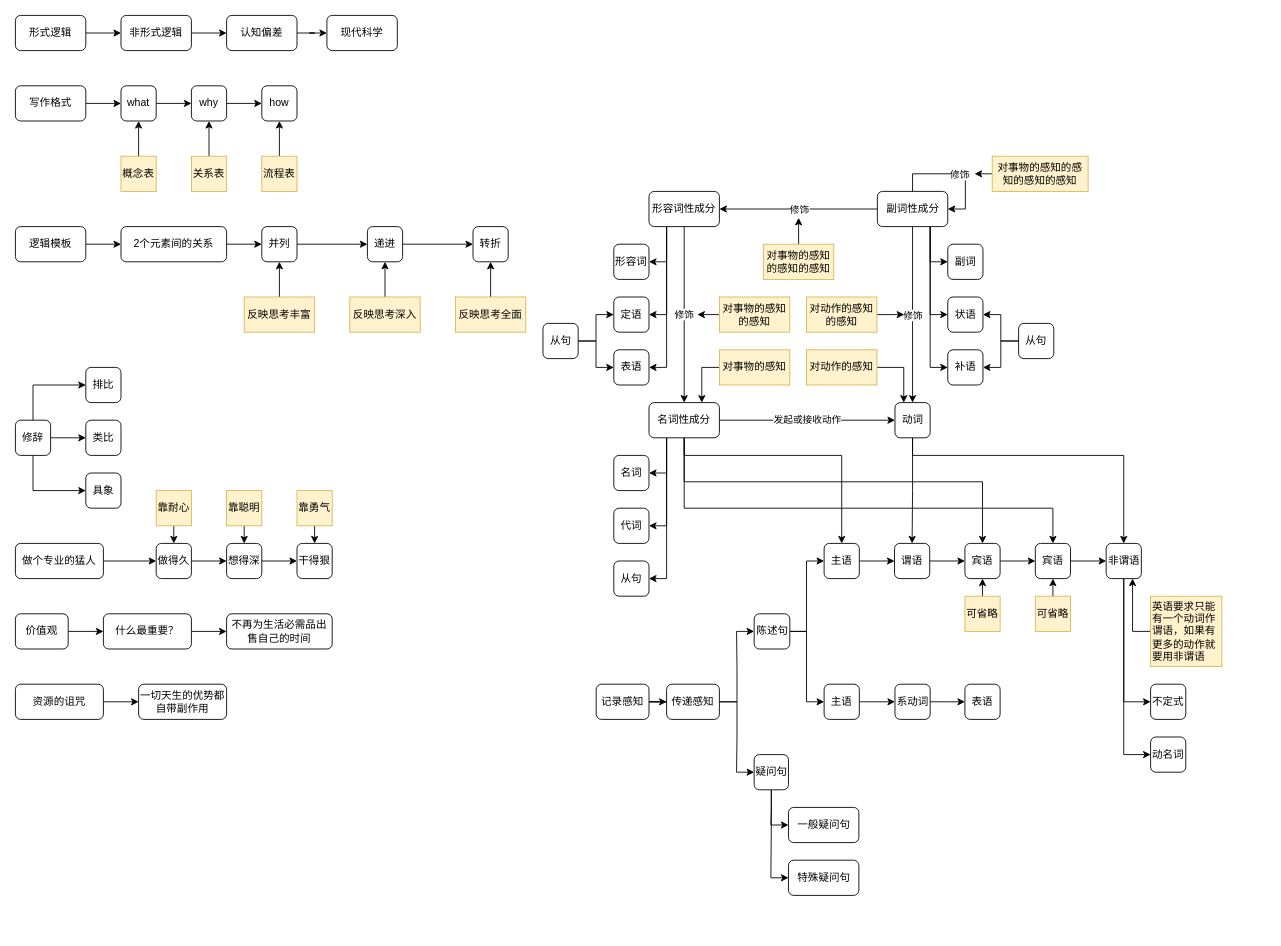
Before: 语言文字.drawio in yanhanfrontend/draw.io.workspace, a draw.io diagram. Source tidied: cells renumbered, new cells numbered last; positions are measured from the earlier drawing's top-left corner, leaving out a move shared by most shapes. Both pictures are drawn from the tidied source at 88%, with x=0, y=0 at pixel (15, 15).
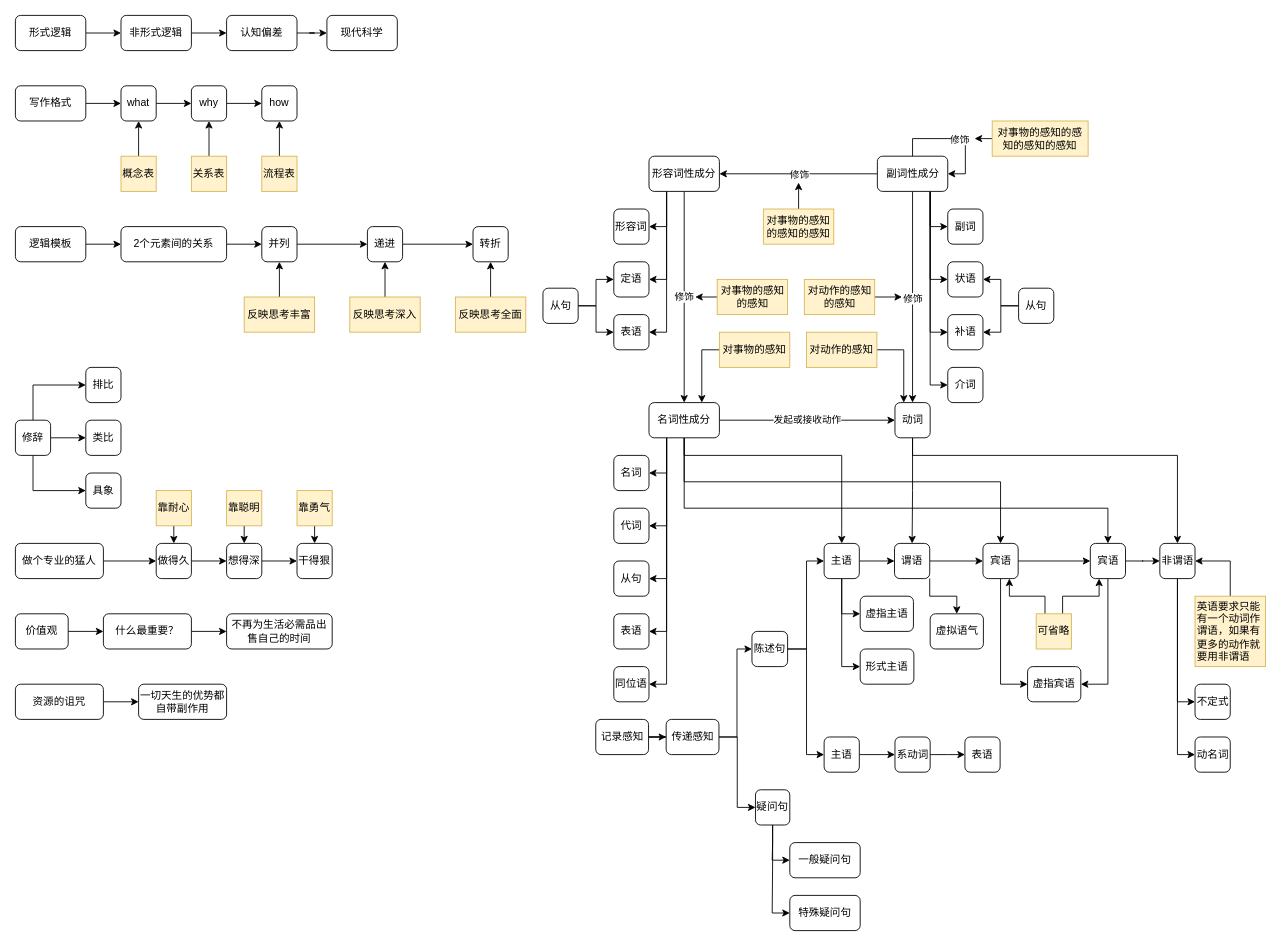
Above is the later version.

Commit message:
更新语言文字.drawio

The change refers to these unchanged cells:
```xml
<mxCell id="83" value="主语" style="rounded=1;whiteSpace=wrap;html=1;" parent="1" vertex="1">
  <mxGeometry x="919" y="600" width="40" height="40" as="geometry" />
</mxCell>
<mxCell id="85" value="谓语" style="rounded=1;whiteSpace=wrap;html=1;" parent="1" vertex="1">
  <mxGeometry x="999" y="600" width="40" height="40" as="geometry" />
</mxCell>
<mxCell id="119" value="名词性成分" style="rounded=1;whiteSpace=wrap;html=1;" parent="1" vertex="1">
  <mxGeometry x="720" y="440" width="80" height="40" as="geometry" />
</mxCell>
<mxCell id="137" value="动词" style="rounded=1;whiteSpace=wrap;html=1;" parent="1" vertex="1">
  <mxGeometry x="999.5" y="440" width="40" height="40" as="geometry" />
</mxCell>
```

Change to the diagram source:
```diff
@@
     <mxCell id="29" value="对事物的感知" style="text;html=1;align=center;verticalAlign=middle;whiteSpace=wrap;rounded=0;fillColor=#fff2cc;strokeColor=#d6b656;" parent="1" vertex="1">
-      <mxGeometry x="800" y="380" width="80" height="40" as="geometry" />
+      <mxGeometry x="800" y="360" width="80" height="40" as="geometry" />
     </mxCell>
@@
     <mxCell id="31" value="对动作的感知" style="text;html=1;align=center;verticalAlign=middle;whiteSpace=wrap;rounded=0;fillColor=#fff2cc;strokeColor=#d6b656;" parent="1" vertex="1">
-      <mxGeometry x="899" y="380" width="80" height="40" as="geometry" />
+      <mxGeometry x="899" y="360" width="80" height="40" as="geometry" />
     </mxCell>
     <mxCell id="32" style="edgeStyle=orthogonalEdgeStyle;rounded=0;jettySize=auto;html=1;exitX=0;exitY=0.5;exitDx=0;exitDy=0;" parent="1" edge="1" source="33">
       <mxGeometry relative="1" as="geometry">
-        <mxPoint x="775" y="340" as="targetPoint" />
+        <mxPoint x="772.5" y="320" as="targetPoint" />
       </mxGeometry>
     </mxCell>
     <mxCell id="33" value="对事物的感知的感知" style="text;html=1;align=center;verticalAlign=middle;whiteSpace=wrap;rounded=0;fillColor=#fff2cc;strokeColor=#d6b656;" parent="1" vertex="1">
-      <mxGeometry x="800" y="320" width="80" height="40" as="geometry" />
+      <mxGeometry x="797.5" y="300" width="80" height="40" as="geometry" />
     </mxCell>
     <mxCell id="34" style="edgeStyle=orthogonalEdgeStyle;rounded=0;jettySize=auto;html=1;exitX=1;exitY=0.5;exitDx=0;exitDy=0;" parent="1" edge="1" source="35">
       <mxGeometry relative="1" as="geometry">
-        <mxPoint x="1010" y="340" as="targetPoint" />
+        <mxPoint x="1007.5" y="320" as="targetPoint" />
       </mxGeometry>
     </mxCell>
     <mxCell id="35" value="对动作的感知的感知" style="text;html=1;align=center;verticalAlign=middle;whiteSpace=wrap;rounded=0;fillColor=#fff2cc;strokeColor=#d6b656;" parent="1" vertex="1">
-      <mxGeometry x="899" y="320" width="80" height="40" as="geometry" />
+      <mxGeometry x="896.5" y="300" width="80" height="40" as="geometry" />
     </mxCell>
@@
     <mxCell id="37" value="记录感知" style="rounded=1;whiteSpace=wrap;html=1;" parent="1" vertex="1">
-      <mxGeometry x="660" y="760" width="60" height="40" as="geometry" />
+      <mxGeometry x="659.5" y="800" width="60" height="40" as="geometry" />
     </mxCell>
     <mxCell id="38" style="edgeStyle=orthogonalEdgeStyle;rounded=0;jettySize=auto;html=1;exitX=1;exitY=0.5;exitDx=0;exitDy=0;entryX=0;entryY=0.5;entryDx=0;entryDy=0;" parent="1" edge="1" source="40" target="149">
-      <mxGeometry relative="1" as="geometry" />
+      <mxGeometry relative="1" as="geometry">
+        <Array as="points">
+          <mxPoint x="820" y="820" />
+          <mxPoint x="820" y="720" />
+        </Array>
+      </mxGeometry>
     </mxCell>
@@
     <mxCell id="40" value="传递感知" style="rounded=1;whiteSpace=wrap;html=1;" parent="1" vertex="1">
-      <mxGeometry x="740" y="760" width="60" height="40" as="geometry" />
+      <mxGeometry x="739.5" y="800" width="60" height="40" as="geometry" />
     </mxCell>
@@
     <mxCell id="47" style="edgeStyle=orthogonalEdgeStyle;rounded=0;jettySize=auto;html=1;exitX=0.5;exitY=0;exitDx=0;exitDy=0;" parent="1" edge="1" source="48">
       <mxGeometry relative="1" as="geometry">
-        <mxPoint x="890" y="230" as="targetPoint" />
+        <mxPoint x="890" y="190" as="targetPoint" />
       </mxGeometry>
     </mxCell>
     <mxCell id="48" value="对事物的感知的感知的感知" style="text;html=1;align=center;verticalAlign=middle;whiteSpace=wrap;rounded=0;fillColor=#fff2cc;strokeColor=#d6b656;" parent="1" vertex="1">
-      <mxGeometry x="850" y="260" width="80" height="40" as="geometry" />
+      <mxGeometry x="850" y="220" width="80" height="40" as="geometry" />
     </mxCell>
     <mxCell id="49" style="edgeStyle=orthogonalEdgeStyle;rounded=0;jettySize=auto;html=1;exitX=0;exitY=0.5;exitDx=0;exitDy=0;" parent="1" edge="1" source="50">
       <mxGeometry relative="1" as="geometry">
-        <mxPoint x="1090" y="180" as="targetPoint" />
+        <mxPoint x="1090" y="140" as="targetPoint" />
       </mxGeometry>
     </mxCell>
     <mxCell id="50" value="对事物的感知的感知的感知的感知" style="text;html=1;align=center;verticalAlign=middle;whiteSpace=wrap;rounded=0;fillColor=#fff2cc;strokeColor=#d6b656;" parent="1" vertex="1">
-      <mxGeometry x="1110" y="160" width="109" height="40" as="geometry" />
+      <mxGeometry x="1110" y="120" width="109" height="40" as="geometry" />
     </mxCell>
@@
+    <mxCell id="155" style="edgeStyle=orthogonalEdgeStyle;rounded=0;jettySize=auto;html=1;exitX=0.5;exitY=1;exitDx=0;exitDy=0;entryX=0;entryY=0.5;entryDx=0;entryDy=0;" parent="1" edge="1" source="83" target="166">
+      <mxGeometry relative="1" as="geometry" />
+    </mxCell>
+    <mxCell id="156" style="edgeStyle=orthogonalEdgeStyle;rounded=0;jettySize=auto;html=1;exitX=0.5;exitY=1;exitDx=0;exitDy=0;entryX=0;entryY=0.5;entryDx=0;entryDy=0;" parent="1" edge="1" source="83" target="167">
+      <mxGeometry relative="1" as="geometry" />
+    </mxCell>
@@
+    <mxCell id="157" style="edgeStyle=orthogonalEdgeStyle;rounded=0;jettySize=auto;html=1;exitX=1;exitY=1;exitDx=0;exitDy=0;entryX=0.5;entryY=0;entryDx=0;entryDy=0;" parent="1" edge="1" source="85" target="164">
+      <mxGeometry relative="1" as="geometry" />
+    </mxCell>
@@
+    <mxCell id="158" style="edgeStyle=orthogonalEdgeStyle;rounded=0;jettySize=auto;html=1;exitX=0.5;exitY=1;exitDx=0;exitDy=0;entryX=0;entryY=0.5;entryDx=0;entryDy=0;" parent="1" edge="1" source="87" target="168">
+      <mxGeometry relative="1" as="geometry" />
+    </mxCell>
     <mxCell id="87" value="宾语" style="rounded=1;whiteSpace=wrap;html=1;" parent="1" vertex="1">
-      <mxGeometry x="1079" y="600" width="40" height="40" as="geometry" />
+      <mxGeometry x="1099.5" y="600" width="40" height="40" as="geometry" />
     </mxCell>
@@
+    <mxCell id="159" style="edgeStyle=orthogonalEdgeStyle;rounded=0;jettySize=auto;html=1;exitX=0.5;exitY=1;exitDx=0;exitDy=0;entryX=1;entryY=0.5;entryDx=0;entryDy=0;" parent="1" edge="1" source="89" target="168">
+      <mxGeometry relative="1" as="geometry" />
+    </mxCell>
     <mxCell id="89" value="宾语" style="rounded=1;whiteSpace=wrap;html=1;" parent="1" vertex="1">
-      <mxGeometry x="1159" y="600" width="40" height="40" as="geometry" />
+      <mxGeometry x="1221.5" y="600" width="40" height="40" as="geometry" />
     </mxCell>
-    <mxCell id="90" style="edgeStyle=orthogonalEdgeStyle;rounded=0;jettySize=auto;html=1;exitX=0.5;exitY=0;exitDx=0;exitDy=0;entryX=0.5;entryY=1;entryDx=0;entryDy=0;" parent="1" edge="1" source="91" target="87">
+    <mxCell id="90" style="edgeStyle=orthogonalEdgeStyle;rounded=0;jettySize=auto;html=1;exitX=0.25;exitY=0;exitDx=0;exitDy=0;entryX=0.75;entryY=1;entryDx=0;entryDy=0;" parent="1" edge="1" source="91" target="87">
       <mxGeometry relative="1" as="geometry" />
     </mxCell>
+    <mxCell id="160" style="edgeStyle=orthogonalEdgeStyle;rounded=0;jettySize=auto;html=1;exitX=0.75;exitY=0;exitDx=0;exitDy=0;entryX=0.25;entryY=1;entryDx=0;entryDy=0;" parent="1" edge="1" source="91" target="89">
+      <mxGeometry relative="1" as="geometry" />
+    </mxCell>
     <mxCell id="91" value="可省略" style="text;html=1;align=left;verticalAlign=middle;whiteSpace=wrap;rounded=0;fillColor=#fff2cc;strokeColor=#d6b656;" parent="1" vertex="1">
-      <mxGeometry x="1079" y="660" width="40" height="40" as="geometry" />
+      <mxGeometry x="1160" y="680" width="40" height="40" as="geometry" />
     </mxCell>
-    <mxCell id="92" style="edgeStyle=orthogonalEdgeStyle;rounded=0;jettySize=auto;html=1;exitX=0.5;exitY=0;exitDx=0;exitDy=0;entryX=0.5;entryY=1;entryDx=0;entryDy=0;" parent="1" edge="1" source="93" target="89">
-      <mxGeometry relative="1" as="geometry" />
-    </mxCell>
-    <mxCell id="93" value="可省略" style="text;html=1;align=left;verticalAlign=middle;whiteSpace=wrap;rounded=0;fillColor=#fff2cc;strokeColor=#d6b656;" parent="1" vertex="1">
-      <mxGeometry x="1159" y="660" width="40" height="40" as="geometry" />
-    </mxCell>
     <mxCell id="94" value="定语" style="rounded=1;whiteSpace=wrap;html=1;" parent="1" vertex="1">
-      <mxGeometry x="680" y="320" width="40" height="40" as="geometry" />
+      <mxGeometry x="680" y="280" width="40" height="40" as="geometry" />
     </mxCell>
     <mxCell id="95" value="状语" style="rounded=1;whiteSpace=wrap;html=1;" parent="1" vertex="1">
-      <mxGeometry x="1059.5" y="320" width="40" height="40" as="geometry" />
+      <mxGeometry x="1059.5" y="280" width="40" height="40" as="geometry" />
     </mxCell>
@@
     <mxCell id="98" value="非谓语" style="rounded=1;whiteSpace=wrap;html=1;" parent="1" vertex="1">
-      <mxGeometry x="1239.5" y="600" width="40" height="40" as="geometry" />
+      <mxGeometry x="1300.5" y="600" width="40" height="40" as="geometry" />
     </mxCell>
     <mxCell id="99" value="不定式" style="rounded=1;whiteSpace=wrap;html=1;" parent="1" vertex="1">
-      <mxGeometry x="1290" y="760" width="40" height="40" as="geometry" />
+      <mxGeometry x="1340.5" y="760" width="40" height="40" as="geometry" />
     </mxCell>
     <mxCell id="100" value="动名词" style="rounded=1;whiteSpace=wrap;html=1;" parent="1" vertex="1">
-      <mxGeometry x="1290" y="820" width="40" height="40" as="geometry" />
+      <mxGeometry x="1340.5" y="820" width="40" height="40" as="geometry" />
     </mxCell>
@@
     <mxCell id="108" value="形容词" style="rounded=1;whiteSpace=wrap;html=1;" parent="1" vertex="1">
-      <mxGeometry x="680" y="260" width="40" height="40" as="geometry" />
+      <mxGeometry x="680" y="220" width="40" height="40" as="geometry" />
     </mxCell>
@@
     <mxCell id="112" value="从句" style="rounded=1;whiteSpace=wrap;html=1;" parent="1" vertex="1">
-      <mxGeometry x="599.5" y="350" width="40" height="40" as="geometry" />
+      <mxGeometry x="599.5" y="310" width="40" height="40" as="geometry" />
     </mxCell>
     <mxCell id="113" value="副词" style="rounded=1;whiteSpace=wrap;html=1;" parent="1" vertex="1">
-      <mxGeometry x="1059.5" y="260" width="40" height="40" as="geometry" />
+      <mxGeometry x="1059.5" y="220" width="40" height="40" as="geometry" />
     </mxCell>
@@
     <mxCell id="117" style="edgeStyle=orthogonalEdgeStyle;rounded=0;jettySize=auto;html=1;exitX=0.5;exitY=1;exitDx=0;exitDy=0;entryX=0.5;entryY=0;entryDx=0;entryDy=0;" parent="1" edge="1" source="119" target="87">
       <mxGeometry relative="1" as="geometry">
         <Array as="points">
           <mxPoint x="760" y="530" />
-          <mxPoint x="1099" y="530" />
+          <mxPoint x="1120" y="530" />
         </Array>
       </mxGeometry>
     </mxCell>
     <mxCell id="118" style="edgeStyle=orthogonalEdgeStyle;rounded=0;jettySize=auto;html=1;exitX=0.5;exitY=1;exitDx=0;exitDy=0;entryX=0.5;entryY=0;entryDx=0;entryDy=0;" parent="1" edge="1" source="119" target="89">
       <mxGeometry relative="1" as="geometry">
         <Array as="points">
           <mxPoint x="760" y="560" />
-          <mxPoint x="1179" y="560" />
+          <mxPoint x="1242" y="560" />
         </Array>
       </mxGeometry>
     </mxCell>
+    <mxCell id="161" style="edgeStyle=orthogonalEdgeStyle;rounded=0;jettySize=auto;html=1;exitX=0.25;exitY=1;exitDx=0;exitDy=0;entryX=1;entryY=0.5;entryDx=0;entryDy=0;" parent="1" edge="1" source="119" target="169">
+      <mxGeometry relative="1" as="geometry" />
+    </mxCell>
+    <mxCell id="162" style="edgeStyle=orthogonalEdgeStyle;rounded=0;jettySize=auto;html=1;exitX=0.25;exitY=1;exitDx=0;exitDy=0;entryX=1;entryY=0.5;entryDx=0;entryDy=0;" parent="1" edge="1" source="119" target="170">
+      <mxGeometry relative="1" as="geometry" />
+    </mxCell>
@@
     <mxCell id="123" value="形容词性成分" style="rounded=1;whiteSpace=wrap;html=1;" parent="1" vertex="1">
-      <mxGeometry x="720" y="200" width="80" height="40" as="geometry" />
+      <mxGeometry x="720" y="160" width="80" height="40" as="geometry" />
     </mxCell>
@@
+    <mxCell id="163" style="edgeStyle=orthogonalEdgeStyle;rounded=0;jettySize=auto;html=1;exitX=0.75;exitY=1;exitDx=0;exitDy=0;entryX=0;entryY=0.5;entryDx=0;entryDy=0;" parent="1" edge="1" source="129" target="165">
+      <mxGeometry relative="1" as="geometry" />
+    </mxCell>
     <mxCell id="129" value="副词性成分" style="rounded=1;whiteSpace=wrap;html=1;" parent="1" vertex="1">
-      <mxGeometry x="979.5" y="200" width="80" height="40" as="geometry" />
+      <mxGeometry x="979.5" y="160" width="80" height="40" as="geometry" />
     </mxCell>
     <mxCell id="130" value="一般疑问句" style="rounded=1;whiteSpace=wrap;html=1;" parent="1" vertex="1">
-      <mxGeometry x="878.5" y="900" width="80" height="40" as="geometry" />
+      <mxGeometry x="880" y="940" width="80" height="40" as="geometry" />
     </mxCell>
     <mxCell id="131" value="特殊疑问句" style="rounded=1;whiteSpace=wrap;html=1;" parent="1" vertex="1">
-      <mxGeometry x="878.5" y="960" width="80" height="40" as="geometry" />
+      <mxGeometry x="880" y="1000" width="80" height="40" as="geometry" />
     </mxCell>
@@
     <mxCell id="134" value="疑问句" style="rounded=1;whiteSpace=wrap;html=1;" parent="1" vertex="1">
-      <mxGeometry x="839.5" y="840" width="39" height="40" as="geometry" />
+      <mxGeometry x="841" y="880" width="39" height="40" as="geometry" />
     </mxCell>
@@
     <mxCell id="136" style="edgeStyle=orthogonalEdgeStyle;rounded=0;jettySize=auto;html=1;exitX=0.5;exitY=1;exitDx=0;exitDy=0;entryX=0.5;entryY=0;entryDx=0;entryDy=0;" parent="1" edge="1" source="137" target="98">
       <mxGeometry relative="1" as="geometry">
         <Array as="points">
           <mxPoint x="1020" y="500" />
-          <mxPoint x="1260" y="500" />
+          <mxPoint x="1321" y="500" />
         </Array>
       </mxGeometry>
     </mxCell>
@@
-    <mxCell id="140" style="edgeStyle=orthogonalEdgeStyle;rounded=0;jettySize=auto;html=1;exitX=0;exitY=0.5;exitDx=0;exitDy=0;entryX=0.75;entryY=1;entryDx=0;entryDy=0;" parent="1" edge="1" source="141" target="98">
+    <mxCell id="140" style="edgeStyle=orthogonalEdgeStyle;rounded=0;jettySize=auto;html=1;exitX=0.5;exitY=0;exitDx=0;exitDy=0;entryX=1;entryY=0.5;entryDx=0;entryDy=0;" parent="1" edge="1" source="141" target="98">
       <mxGeometry relative="1" as="geometry" />
     </mxCell>
     <mxCell id="141" value="英语要求只能有一个动词作谓语，如果有更多的动作就要用非谓语" style="text;html=1;align=left;verticalAlign=middle;whiteSpace=wrap;rounded=0;fillColor=#fff2cc;strokeColor=#d6b656;" parent="1" vertex="1">
-      <mxGeometry x="1290" y="660" width="81" height="80" as="geometry" />
+      <mxGeometry x="1340.5" y="660" width="80" height="80" as="geometry" />
     </mxCell>
     <mxCell id="142" value="补语" style="rounded=1;whiteSpace=wrap;html=1;" parent="1" vertex="1">
-      <mxGeometry x="1059.5" y="380" width="40" height="40" as="geometry" />
+      <mxGeometry x="1059.5" y="340" width="40" height="40" as="geometry" />
     </mxCell>
     <mxCell id="143" value="表语" style="rounded=1;whiteSpace=wrap;html=1;" parent="1" vertex="1">
-      <mxGeometry x="680" y="380" width="40" height="40" as="geometry" />
+      <mxGeometry x="680" y="340" width="40" height="40" as="geometry" />
     </mxCell>
@@
     <mxCell id="146" value="从句" style="rounded=1;whiteSpace=wrap;html=1;" parent="1" vertex="1">
-      <mxGeometry x="1140" y="350" width="40" height="40" as="geometry" />
+      <mxGeometry x="1140" y="310" width="40" height="40" as="geometry" />
     </mxCell>
     <mxCell id="147" style="edgeStyle=orthogonalEdgeStyle;rounded=0;jettySize=auto;html=1;exitX=1;exitY=0.5;exitDx=0;exitDy=0;entryX=0;entryY=0.5;entryDx=0;entryDy=0;" parent="1" edge="1" source="149" target="83">
       <mxGeometry relative="1" as="geometry">
         <Array as="points">
-          <mxPoint x="899" y="700" />
+          <mxPoint x="899" y="720" />
           <mxPoint x="899" y="620" />
         </Array>
       </mxGeometry>
     </mxCell>
     <mxCell id="148" style="edgeStyle=orthogonalEdgeStyle;rounded=0;jettySize=auto;html=1;exitX=1;exitY=0.5;exitDx=0;exitDy=0;entryX=0;entryY=0.5;entryDx=0;entryDy=0;" parent="1" edge="1" source="149" target="151">
       <mxGeometry relative="1" as="geometry">
         <Array as="points">
-          <mxPoint x="899" y="700" />
-          <mxPoint x="899" y="780" />
+          <mxPoint x="899" y="720" />
+          <mxPoint x="899" y="840" />
         </Array>
       </mxGeometry>
     </mxCell>
     <mxCell id="149" value="陈述句" style="rounded=1;whiteSpace=wrap;html=1;" parent="1" vertex="1">
-      <mxGeometry x="839.5" y="680" width="40.5" height="40" as="geometry" />
+      <mxGeometry x="837" y="700" width="40.5" height="40" as="geometry" />
     </mxCell>
@@
     <mxCell id="151" value="主语" style="rounded=1;whiteSpace=wrap;html=1;" parent="1" vertex="1">
-      <mxGeometry x="919" y="760" width="40" height="40" as="geometry" />
+      <mxGeometry x="919" y="820" width="40" height="40" as="geometry" />
     </mxCell>
@@
     <mxCell id="153" value="系动词" style="rounded=1;whiteSpace=wrap;html=1;" parent="1" vertex="1">
-      <mxGeometry x="999.5" y="760" width="40" height="40" as="geometry" />
+      <mxGeometry x="999.5" y="820" width="40" height="40" as="geometry" />
     </mxCell>
     <mxCell id="154" value="表语" style="rounded=1;whiteSpace=wrap;html=1;" parent="1" vertex="1">
-      <mxGeometry x="1079" y="760" width="40" height="40" as="geometry" />
+      <mxGeometry x="1079" y="820" width="40" height="40" as="geometry" />
     </mxCell>
+    <mxCell id="164" value="虚拟语气" style="rounded=1;whiteSpace=wrap;html=1;" parent="1" vertex="1">
+      <mxGeometry x="1039.5" y="680" width="60.5" height="40" as="geometry" />
+    </mxCell>
+    <mxCell id="165" value="介词" style="rounded=1;whiteSpace=wrap;html=1;" parent="1" vertex="1">
+      <mxGeometry x="1059.5" y="400" width="40" height="40" as="geometry" />
+    </mxCell>
+    <mxCell id="166" value="&lt;span style=&quot;text-align: left;&quot;&gt;虚指主语&lt;/span&gt;" style="rounded=1;whiteSpace=wrap;html=1;" parent="1" vertex="1">
+      <mxGeometry x="960" y="660" width="60.5" height="40" as="geometry" />
+    </mxCell>
+    <mxCell id="167" value="&lt;span style=&quot;text-align: left;&quot;&gt;形式主语&lt;/span&gt;" style="rounded=1;whiteSpace=wrap;html=1;" parent="1" vertex="1">
+      <mxGeometry x="960" y="720" width="61" height="40" as="geometry" />
+    </mxCell>
+    <mxCell id="168" value="&lt;span style=&quot;text-align: left;&quot;&gt;虚指宾语&lt;/span&gt;" style="rounded=1;whiteSpace=wrap;html=1;" parent="1" vertex="1">
+      <mxGeometry x="1150.2" y="740" width="60.5" height="40" as="geometry" />
+    </mxCell>
+    <mxCell id="169" value="表语" style="rounded=1;whiteSpace=wrap;html=1;" parent="1" vertex="1">
+      <mxGeometry x="680" y="680" width="40" height="40" as="geometry" />
+    </mxCell>
+    <mxCell id="170" value="同位语" style="rounded=1;whiteSpace=wrap;html=1;" parent="1" vertex="1">
+      <mxGeometry x="680" y="740" width="40" height="40" as="geometry" />
+    </mxCell>
```
